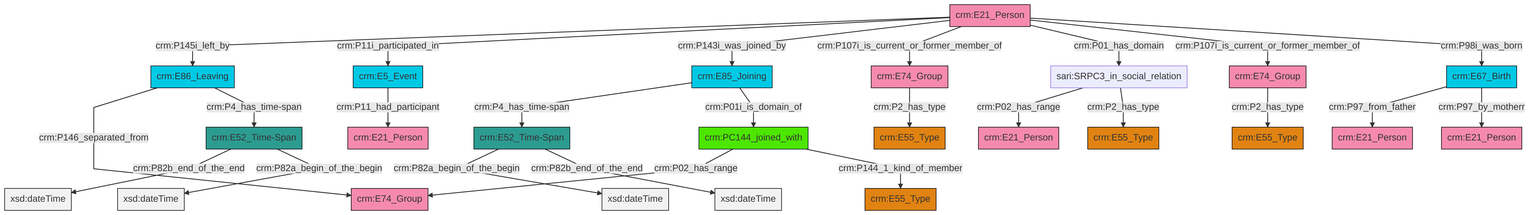
swiss-art-research-net/reference-data-models keeps this Mermaid diagram as et/personCSV/ttl/mmd/png/Person_Actor_Relations.png. Above is the earlier version. Its source is kept beside it as et/personCSV/ttl/mmd/Person_Actor_Relations.ttl.mmd.
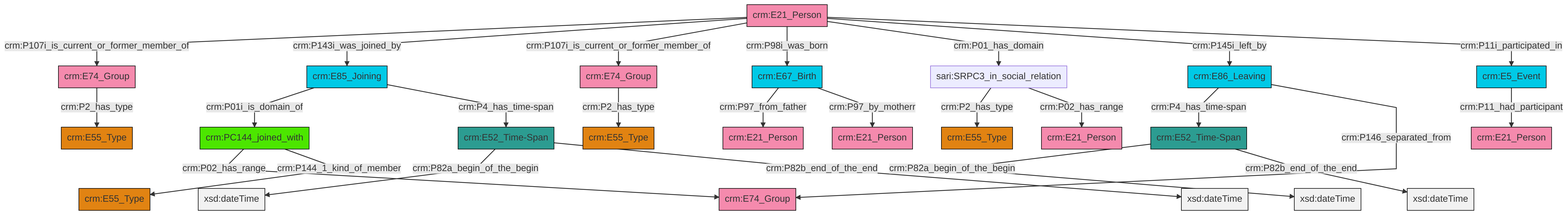
Later version of the same file.

Change to the diagram source:
```diff
@@ -13,27 +13,27 @@
 classDef PC_Classes fill:#4ce600, stroke:#000000;
 classDef Multi fill:#cccccc,stroke:#000000;
 
-0["crm:E67_Birth"]:::Temporal_Entity -->|crm:P97_from_father| 1["crm:E21_Person"]:::Actor
-2["crm:E5_Event"]:::Temporal_Entity -->|crm:P11_had_participant| 3["crm:E21_Person"]:::Actor
-10["crm:E21_Person"]:::Actor -->|crm:P145i_left_by| 11["crm:E86_Leaving"]:::Temporal_Entity
-12["crm:E52_Time-Span"]:::Time-Span -->|crm:P82b_end_of_the_end| 13[xsd:dateTime]:::Literal
-8["crm:E85_Joining"]:::Temporal_Entity -->|crm:P4_has_time-span| 6["crm:E52_Time-Span"]:::Time-Span
-8["crm:E85_Joining"]:::Temporal_Entity -->|crm:P01i_is_domain_of| 4["crm:PC144_joined_with"]:::PC_Classes
-18["crm:E74_Group"]:::Actor -->|crm:P2_has_type| 19["crm:E55_Type"]:::Type
-6["crm:E52_Time-Span"]:::Time-Span -->|crm:P82a_begin_of_the_begin| 24[xsd:dateTime]:::Literal
-6["crm:E52_Time-Span"]:::Time-Span -->|crm:P82b_end_of_the_end| 25[xsd:dateTime]:::Literal
-11["crm:E86_Leaving"]:::Temporal_Entity -->|crm:P146_separated_from| 32["crm:E74_Group"]:::Actor
-29["crm:E74_Group"]:::Actor -->|crm:P2_has_type| 26["crm:E55_Type"]:::Type
-10["crm:E21_Person"]:::Actor -->|crm:P11i_participated_in| 2["crm:E5_Event"]:::Temporal_Entity
-4["crm:PC144_joined_with"]:::PC_Classes -->|crm:P02_has_range| 32["crm:E74_Group"]:::Actor
-10["crm:E21_Person"]:::Actor -->|crm:P143i_was_joined_by| 8["crm:E85_Joining"]:::Temporal_Entity
-16["sari:SRPC3_in_social_relation"]:::Default -->|crm:P02_has_range| 14["crm:E21_Person"]:::Actor
-16["sari:SRPC3_in_social_relation"]:::Default -->|crm:P2_has_type| 36["crm:E55_Type"]:::Type
-10["crm:E21_Person"]:::Actor -->|crm:P107i_is_current_or_former_member_of| 29["crm:E74_Group"]:::Actor
-10["crm:E21_Person"]:::Actor -->|crm:P01_has_domain| 16["sari:SRPC3_in_social_relation"]:::Default
-0["crm:E67_Birth"]:::Temporal_Entity -->|crm:P97_by_motherr| 37["crm:E21_Person"]:::Actor
-10["crm:E21_Person"]:::Actor -->|crm:P107i_is_current_or_former_member_of| 18["crm:E74_Group"]:::Actor
-4["crm:PC144_joined_with"]:::PC_Classes -->|crm:P144_1_kind_of_member| 20["crm:E55_Type"]:::Type
-12["crm:E52_Time-Span"]:::Time-Span -->|crm:P82a_begin_of_the_begin| 45[xsd:dateTime]:::Literal
-11["crm:E86_Leaving"]:::Temporal_Entity -->|crm:P4_has_time-span| 12["crm:E52_Time-Span"]:::Time-Span
-10["crm:E21_Person"]:::Actor -->|crm:P98i_was_born| 0["crm:E67_Birth"]:::Temporal_Entity
+4["crm:E21_Person"]:::Actor -->|crm:P107i_is_current_or_former_member_of| 5["crm:E74_Group"]:::Actor
+6["crm:E5_Event"]:::Temporal_Entity -->|crm:P11_had_participant| 7["crm:E21_Person"]:::Actor
+10["crm:E52_Time-Span"]:::Time-Span -->|crm:P82a_begin_of_the_begin| 11[xsd:dateTime]:::Literal
+10["crm:E52_Time-Span"]:::Time-Span -->|crm:P82b_end_of_the_end| 12[xsd:dateTime]:::Literal
+4["crm:E21_Person"]:::Actor -->|crm:P143i_was_joined_by| 13["crm:E85_Joining"]:::Temporal_Entity
+4["crm:E21_Person"]:::Actor -->|crm:P107i_is_current_or_former_member_of| 14["crm:E74_Group"]:::Actor
+4["crm:E21_Person"]:::Actor -->|crm:P98i_was_born| 0["crm:E67_Birth"]:::Temporal_Entity
+4["crm:E21_Person"]:::Actor -->|crm:P01_has_domain| 25["sari:SRPC3_in_social_relation"]:::Default
+27["crm:E52_Time-Span"]:::Time-Span -->|crm:P82a_begin_of_the_begin| 29[xsd:dateTime]:::Literal
+14["crm:E74_Group"]:::Actor -->|crm:P2_has_type| 21["crm:E55_Type"]:::Type
+4["crm:E21_Person"]:::Actor -->|crm:P145i_left_by| 35["crm:E86_Leaving"]:::Temporal_Entity
+2["crm:PC144_joined_with"]:::PC_Classes -->|crm:P02_has_range| 17["crm:E74_Group"]:::Actor
+35["crm:E86_Leaving"]:::Temporal_Entity -->|crm:P4_has_time-span| 10["crm:E52_Time-Span"]:::Time-Span
+4["crm:E21_Person"]:::Actor -->|crm:P11i_participated_in| 6["crm:E5_Event"]:::Temporal_Entity
+35["crm:E86_Leaving"]:::Temporal_Entity -->|crm:P146_separated_from| 17["crm:E74_Group"]:::Actor
+2["crm:PC144_joined_with"]:::PC_Classes -->|crm:P144_1_kind_of_member| 8["crm:E55_Type"]:::Type
+25["sari:SRPC3_in_social_relation"]:::Default -->|crm:P2_has_type| 19["crm:E55_Type"]:::Type
+27["crm:E52_Time-Span"]:::Time-Span -->|crm:P82b_end_of_the_end| 39[xsd:dateTime]:::Literal
+25["sari:SRPC3_in_social_relation"]:::Default -->|crm:P02_has_range| 23["crm:E21_Person"]:::Actor
+0["crm:E67_Birth"]:::Temporal_Entity -->|crm:P97_from_father| 37["crm:E21_Person"]:::Actor
+5["crm:E74_Group"]:::Actor -->|crm:P2_has_type| 15["crm:E55_Type"]:::Type
+13["crm:E85_Joining"]:::Temporal_Entity -->|crm:P01i_is_domain_of| 2["crm:PC144_joined_with"]:::PC_Classes
+13["crm:E85_Joining"]:::Temporal_Entity -->|crm:P4_has_time-span| 27["crm:E52_Time-Span"]:::Time-Span
+0["crm:E67_Birth"]:::Temporal_Entity -->|crm:P97_by_motherr| 43["crm:E21_Person"]:::Actor
```
